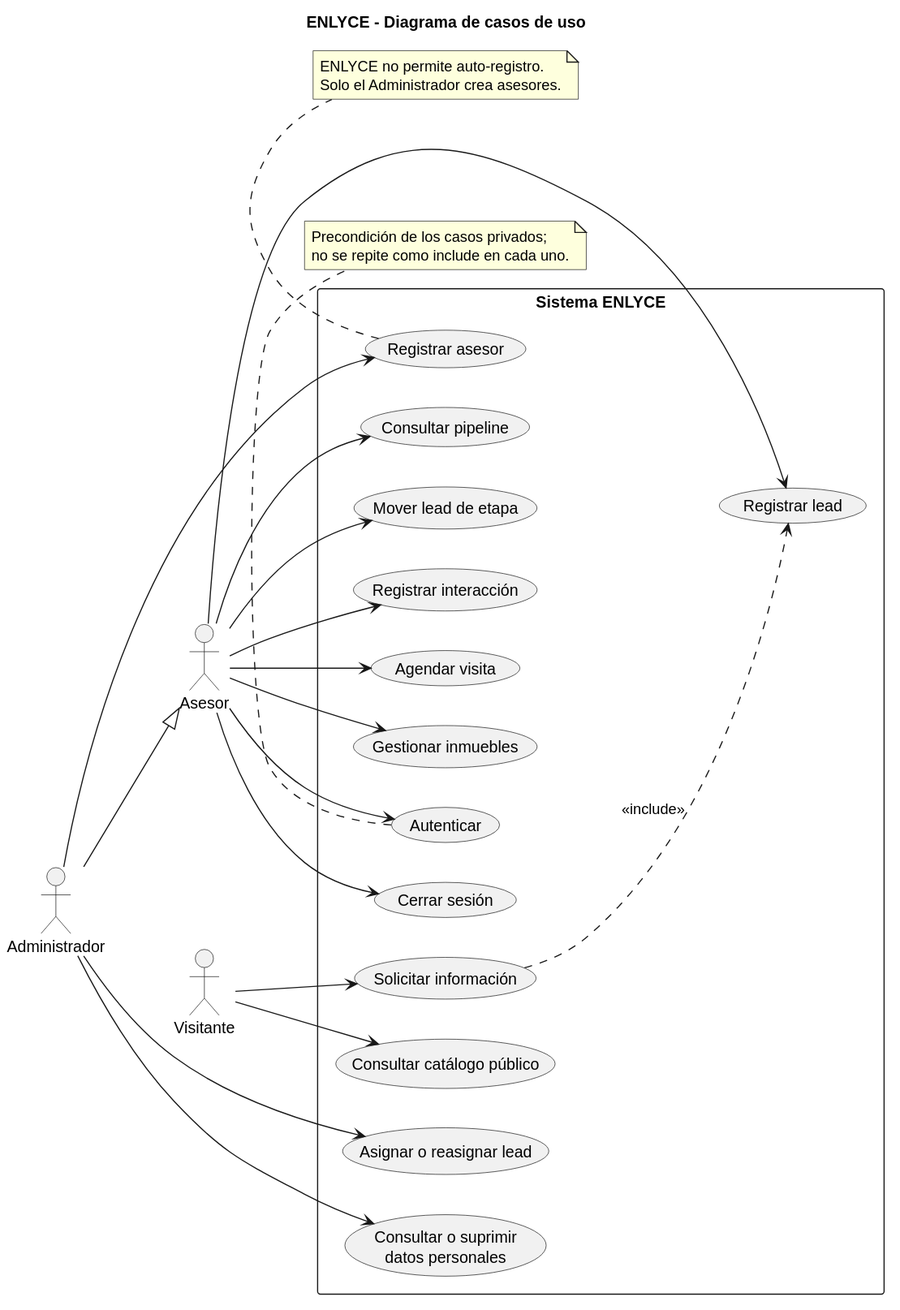
The PlantUML diagram docs/actividad-2/uml/casos-de-uso-enlyce.svg in Samael2626/Enlyce, before a commit.
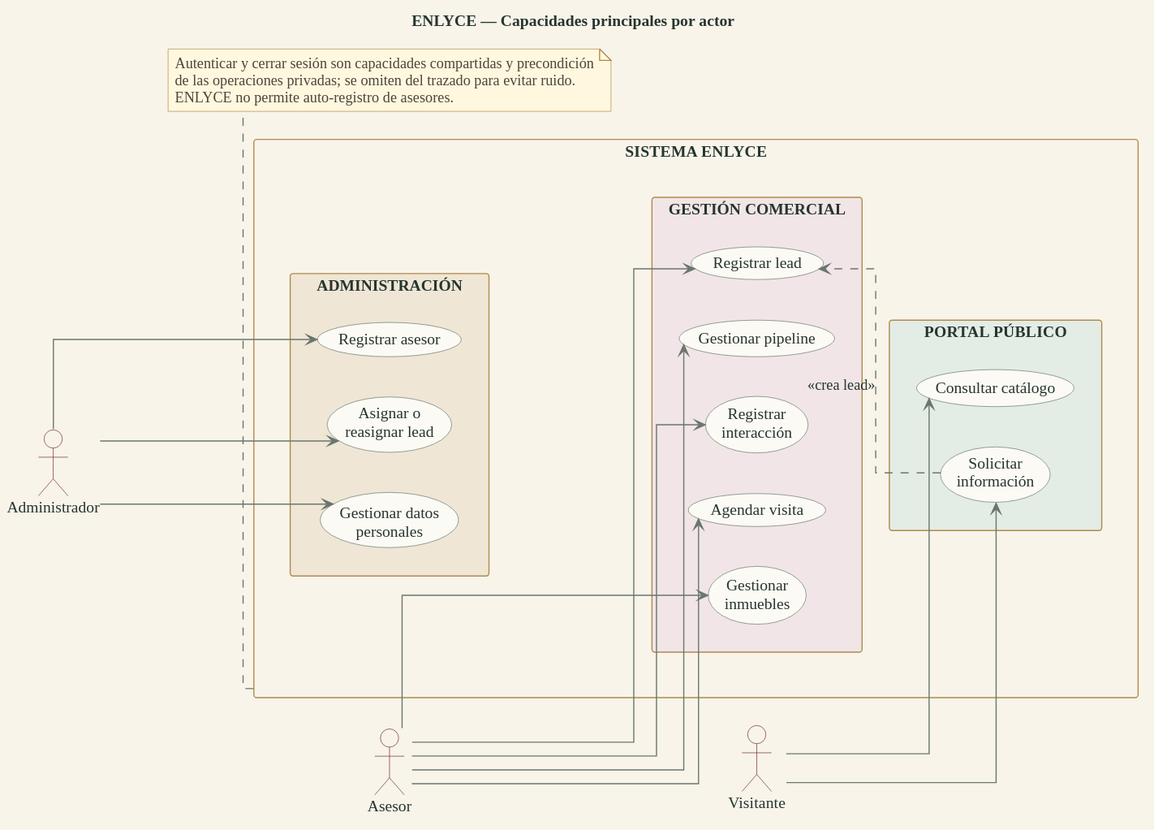
After the commit.

Diff of the diagram source:
```diff
@@ -1,55 +1,87 @@
 @startuml
-title ENLYCE - Diagrama de casos de uso
+title ENLYCE — Capacidades principales por actor
 left to right direction
+skinparam backgroundColor #F8F4EA
 skinparam shadowing false
+skinparam linetype ortho
 skinparam packageStyle rectangle
-
-actor Visitante as visitor
-actor Asesor as advisor
-actor Administrador as admin
-
-admin --|> advisor
-
-rectangle "Sistema ENLYCE" {
-  usecase "Autenticar" as authenticate
-  usecase "Cerrar sesión" as logout
-  usecase "Registrar asesor" as registerAdvisor
-  usecase "Registrar lead" as registerLead
-  usecase "Consultar pipeline" as viewPipeline
-  usecase "Mover lead de etapa" as moveLead
-  usecase "Asignar o reasignar lead" as assignLead
-  usecase "Registrar interacción" as registerInteraction
-  usecase "Agendar visita" as scheduleVisit
-  usecase "Gestionar inmuebles" as manageProperties
-  usecase "Consultar catálogo público" as viewCatalog
-  usecase "Solicitar información" as requestInfo
-  usecase "Consultar o suprimir\ndatos personales" as personalData
+skinparam defaultFontName "Times New Roman"
+skinparam defaultFontColor #26352F
+skinparam ArrowColor #6B766F
+skinparam actor {
+  BorderColor #742A3A
+  BackgroundColor #F8F4EA
+  FontColor #26352F
+}
+skinparam usecase {
+  BorderColor #66796E
+  BackgroundColor #FCFAF4
+  FontColor #26352F
+}
+skinparam rectangle {
+  BorderColor #B08A4B
+  BackgroundColor #F8F4EA
+  FontColor #26352F
+}
+skinparam package {
+  BorderColor #B08A4B
+  FontColor #26352F
+}
+skinparam note {
+  BorderColor #B08A4B
+  BackgroundColor #FFF8DF
+  FontColor #4D4538
 }
 
-advisor --> authenticate
-advisor --> logout
-advisor --> registerLead
-advisor --> viewPipeline
-advisor --> moveLead
-advisor --> registerInteraction
-advisor --> scheduleVisit
-advisor --> manageProperties
+actor Administrador as admin
+actor Asesor as advisor
+actor Visitante as visitor
+
+rectangle "SISTEMA ENLYCE" as system {
+  package "ADMINISTRACIÓN" #EFE6D5 {
+    together {
+      usecase "Registrar asesor" as registerAdvisor
+      usecase "Asignar o\nreasignar lead" as assignLead
+      usecase "Gestionar datos\npersonales" as personalData
+    }
+  }
+  package "GESTIÓN COMERCIAL" #F1E5E7 {
+    together {
+      usecase "Registrar lead" as registerLead
+      usecase "Gestionar pipeline" as managePipeline
+      usecase "Registrar\ninteracción" as registerInteraction
+      usecase "Agendar visita" as scheduleVisit
+      usecase "Gestionar\ninmuebles" as manageProperties
+    }
+  }
+  package "PORTAL PÚBLICO" #E4ECE6 {
+    together {
+      usecase "Consultar catálogo" as viewCatalog
+      usecase "Solicitar\ninformación" as requestInfo
+    }
+  }
+}
 
 admin --> registerAdvisor
 admin --> assignLead
 admin --> personalData
-
+advisor --> registerLead
+advisor --> managePipeline
+advisor --> registerInteraction
+advisor --> scheduleVisit
+advisor --> manageProperties
 visitor --> viewCatalog
 visitor --> requestInfo
-requestInfo ..> registerLead : <<include>>
+requestInfo ..> registerLead : <<crea lead>>
 
-note bottom of registerAdvisor
-  ENLYCE no permite auto-registro.
-  Solo el Administrador crea asesores.
-end note
+admin -[hidden]down- advisor
+advisor -[hidden]down- visitor
+registerAdvisor -[hidden]down- registerLead
+registerLead -[hidden]down- viewCatalog
 
-note bottom of authenticate
-  Precondición de los casos privados;
-  no se repite como include en cada uno.
+note bottom of system
+  Autenticar y cerrar sesión son capacidades compartidas y precondición
+  de las operaciones privadas; se omiten del trazado para evitar ruido.
+  ENLYCE no permite auto-registro de asesores.
 end note
 @enduml
```
